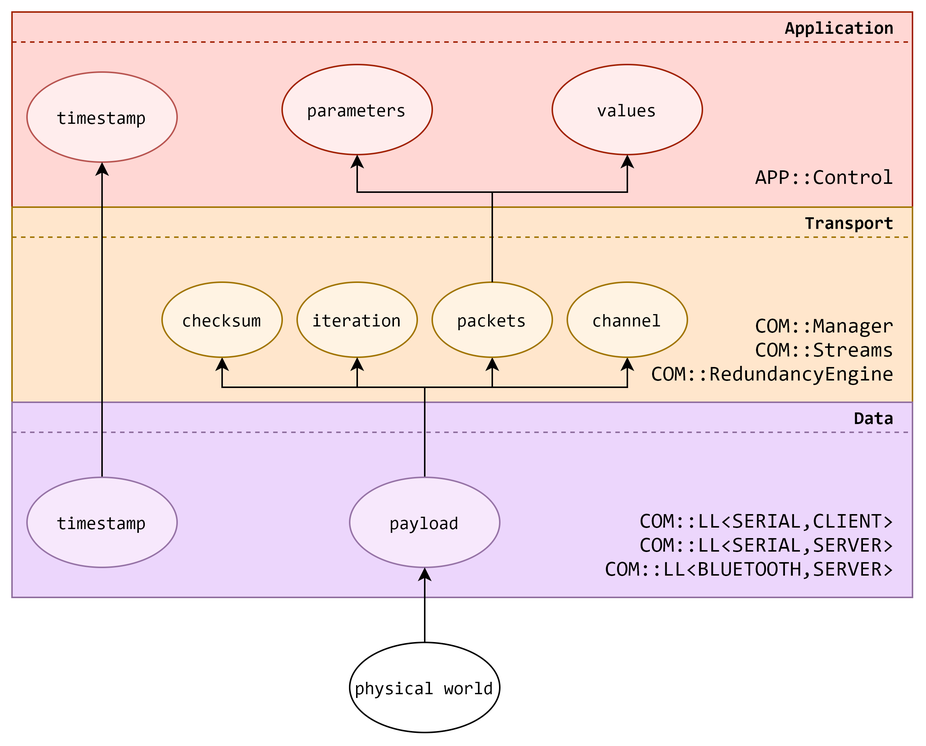
Above: Proj/Iterations/1/Design/Navigation-Subsystem/Architectural-Overview/software-stack/com-stack/com-stack.png in LPI2-DreamTeam/rfcar (draw.io), before the change. Source tidied: cells renumbered, new cells last; positions are measured from the earlier drawing's top-left corner, leaving out a move shared by most shapes.
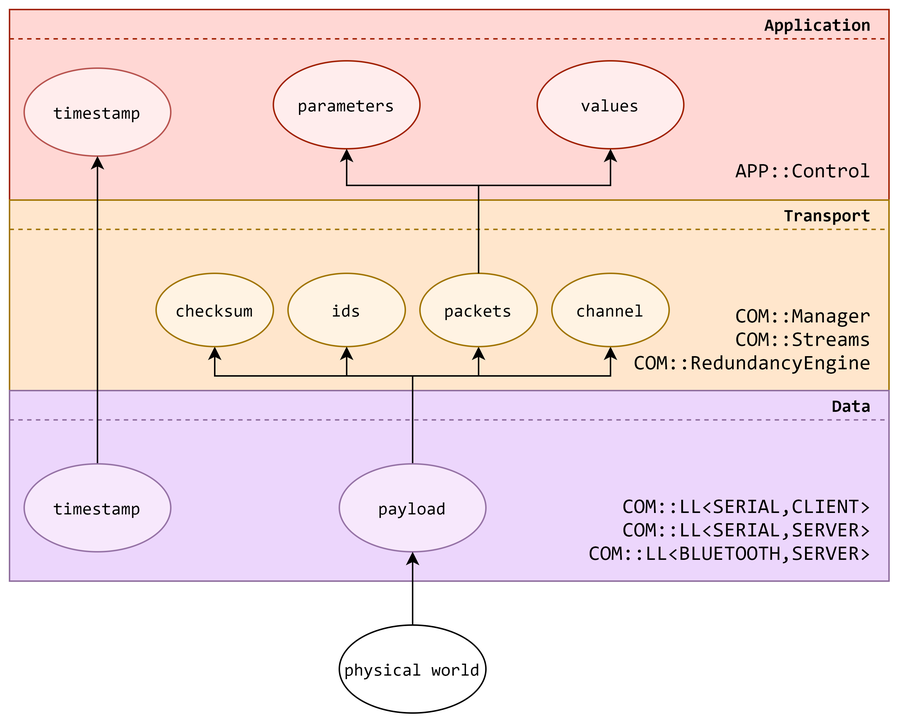
After the commit.

Commit message:
UPDT: Updated diagrams

Change to the diagram source:
```diff
@@ -2,15 +2,15 @@
   <root>
     <mxCell id="0" />
     <mxCell id="1" parent="0" />
-    <mxCell id="2" style="rounded=0;whiteSpace=wrap;html=1;fontFamily=Consolas;fontSize=14;align=right;fillColor=#FFD7D4;strokeColor=#A12102;" parent="1" vertex="1">
-      <mxGeometry width="600" height="130" as="geometry" />
-    </mxCell>
-    <mxCell id="3" style="endArrow=none;dashed=1;html=1;fontFamily=Consolas;fillColor=#f8cecc;strokeColor=#A12102;" parent="1" edge="1">
-      <mxGeometry relative="1" as="geometry">
-        <mxPoint as="sourcePoint" />
-        <mxPoint x="600" as="targetPoint" />
-      </mxGeometry>
-    </mxCell>
+    <mxCell id="35" style="rounded=0;whiteSpace=wrap;html=1;fontFamily=Consolas;fontSize=14;align=right;fillColor=#FFD7D4;strokeColor=#A12102;" parent="1" vertex="1">
+      <mxGeometry width="600" height="130" as="geometry" />
+    </mxCell>
+    <mxCell id="36" style="endArrow=none;dashed=1;html=1;fontFamily=Consolas;fillColor=#f8cecc;strokeColor=#A12102;" parent="1" edge="1">
+      <mxGeometry relative="1" as="geometry">
+        <mxPoint as="sourcePoint" />
+        <mxPoint x="600" as="targetPoint" />
+      </mxGeometry>
+    </mxCell>
     <mxCell id="4" value="Application" style="text;html=1;strokeColor=none;fillColor=none;align=right;verticalAlign=middle;whiteSpace=wrap;rounded=0;fontFamily=Consolas;fontStyle=1;" parent="1" vertex="1">
       <mxGeometry x="510" width="80" height="20" as="geometry" />
     </mxCell>
@@ -23,50 +23,50 @@
     <mxCell id="7" value="APP::Control" style="text;html=1;strokeColor=none;fillColor=none;align=right;verticalAlign=middle;whiteSpace=wrap;rounded=0;fontFamily=Consolas;fontSize=14;" parent="1" vertex="1">
       <mxGeometry x="510" y="100" width="80" height="20" as="geometry" />
     </mxCell>
-    <mxCell id="8" style="endArrow=none;dashed=1;html=1;fontFamily=Consolas;fillColor=#f8cecc;strokeColor=#A12102;" parent="1" edge="1">
-      <mxGeometry relative="1" as="geometry">
-        <mxPoint y="20" as="sourcePoint" />
-        <mxPoint x="600" y="20" as="targetPoint" />
-      </mxGeometry>
-    </mxCell>
+    <mxCell id="37" style="endArrow=none;dashed=1;html=1;fontFamily=Consolas;fillColor=#f8cecc;strokeColor=#A12102;" parent="1" edge="1">
+      <mxGeometry relative="1" as="geometry">
+        <mxPoint y="20" as="sourcePoint" />
+        <mxPoint x="600" y="20" as="targetPoint" />
+      </mxGeometry>
+    </mxCell>
     <mxCell id="9" value="parameters" style="ellipse;whiteSpace=wrap;html=1;fontFamily=Consolas;strokeColor=#A12102;fillColor=#FFEDED;" parent="1" vertex="1">
       <mxGeometry x="180" y="35" width="100" height="60" as="geometry" />
     </mxCell>
-    <mxCell id="10" style="rounded=0;whiteSpace=wrap;html=1;fontFamily=Consolas;fontSize=14;align=right;fillColor=#ffe6cc;strokeColor=#A17400;" parent="1" vertex="1">
-      <mxGeometry y="130" width="600" height="130" as="geometry" />
-    </mxCell>
-    <mxCell id="11" style="endArrow=none;dashed=1;html=1;fontFamily=Consolas;fillColor=#d5e8d4;strokeColor=#A17400;" parent="1" edge="1">
-      <mxGeometry relative="1" as="geometry">
-        <mxPoint y="130" as="sourcePoint" />
-        <mxPoint x="600" y="130" as="targetPoint" />
-      </mxGeometry>
-    </mxCell>
-    <mxCell id="12" style="endArrow=none;dashed=1;html=1;fontFamily=Consolas;fillColor=#d5e8d4;strokeColor=#A17400;" parent="1" edge="1">
-      <mxGeometry relative="1" as="geometry">
-        <mxPoint y="150" as="sourcePoint" />
-        <mxPoint x="600" y="150" as="targetPoint" />
-      </mxGeometry>
-    </mxCell>
+    <mxCell id="38" style="rounded=0;whiteSpace=wrap;html=1;fontFamily=Consolas;fontSize=14;align=right;fillColor=#ffe6cc;strokeColor=#A17400;" parent="1" vertex="1">
+      <mxGeometry y="130" width="600" height="130" as="geometry" />
+    </mxCell>
+    <mxCell id="39" style="endArrow=none;dashed=1;html=1;fontFamily=Consolas;fillColor=#d5e8d4;strokeColor=#A17400;" parent="1" edge="1">
+      <mxGeometry relative="1" as="geometry">
+        <mxPoint y="130" as="sourcePoint" />
+        <mxPoint x="600" y="130" as="targetPoint" />
+      </mxGeometry>
+    </mxCell>
+    <mxCell id="40" style="endArrow=none;dashed=1;html=1;fontFamily=Consolas;fillColor=#d5e8d4;strokeColor=#A17400;" parent="1" edge="1">
+      <mxGeometry relative="1" as="geometry">
+        <mxPoint y="150" as="sourcePoint" />
+        <mxPoint x="600" y="150" as="targetPoint" />
+      </mxGeometry>
+    </mxCell>
     <mxCell id="13" value="Transport" style="text;html=1;strokeColor=none;fillColor=none;align=right;verticalAlign=middle;whiteSpace=wrap;rounded=0;fontFamily=Consolas;fontStyle=1;" parent="1" vertex="1">
       <mxGeometry x="550" y="130" width="40" height="20" as="geometry" />
     </mxCell>
     <mxCell id="14" value="COM::Manager&lt;br&gt;COM::Streams&lt;br&gt;COM::RedundancyEngine" style="text;html=1;strokeColor=none;fillColor=none;align=right;verticalAlign=middle;whiteSpace=wrap;rounded=0;fontFamily=Consolas;fontSize=14;" parent="1" vertex="1">
       <mxGeometry x="450" y="200" width="140" height="50" as="geometry" />
     </mxCell>
-    <mxCell id="15" value="iteration" style="ellipse;whiteSpace=wrap;html=1;fontFamily=Consolas;fillColor=#FFF3E3;strokeColor=#A17400;" parent="1" vertex="1">
-      <mxGeometry x="190" y="180" width="80" height="50" as="geometry" />
-    </mxCell>
-    <mxCell id="16" style="rounded=0;whiteSpace=wrap;html=1;fontFamily=Consolas;fontSize=14;align=right;strokeColor=#8F6E9E;fillColor=#ECD6FC;" parent="1" vertex="1">
-      <mxGeometry y="260" width="600" height="130" as="geometry" />
-    </mxCell>
-    <mxCell id="17" style="edgeStyle=orthogonalEdgeStyle;rounded=0;jettySize=auto;html=1;exitX=0.5;exitY=0;exitDx=0;exitDy=0;entryX=0.5;entryY=1;entryDx=0;entryDy=0;" parent="1" edge="1" source="21" target="15">
-      <mxGeometry relative="1" as="geometry">
-        <Array as="points">
-          <mxPoint x="275" y="250" />
-          <mxPoint x="230" y="250" />
-        </Array>
-      </mxGeometry>
-    </mxCell>
+    <mxCell id="41" value="ids" style="ellipse;whiteSpace=wrap;html=1;fontFamily=Consolas;fillColor=#FFF3E3;strokeColor=#A17400;" parent="1" vertex="1">
+      <mxGeometry x="190" y="180" width="80" height="50" as="geometry" />
+    </mxCell>
+    <mxCell id="42" style="rounded=0;whiteSpace=wrap;html=1;fontFamily=Consolas;fontSize=14;align=right;strokeColor=#8F6E9E;fillColor=#ECD6FC;" parent="1" vertex="1">
+      <mxGeometry y="260" width="600" height="130" as="geometry" />
+    </mxCell>
+    <mxCell id="43" style="edgeStyle=orthogonalEdgeStyle;rounded=0;jettySize=auto;html=1;exitX=0.5;exitY=0;exitDx=0;exitDy=0;entryX=0.5;entryY=1;entryDx=0;entryDy=0;" parent="1" edge="1" source="21" target="41">
+      <mxGeometry relative="1" as="geometry">
+        <Array as="points">
+          <mxPoint x="275" y="250" />
+          <mxPoint x="230" y="250" />
+        </Array>
+      </mxGeometry>
+    </mxCell>
     <mxCell id="18" style="edgeStyle=orthogonalEdgeStyle;rounded=0;jettySize=auto;html=1;exitX=0.5;exitY=0;exitDx=0;exitDy=0;entryX=0.5;entryY=1;entryDx=0;entryDy=0;" parent="1" edge="1" source="21" target="25">
       <mxGeometry relative="1" as="geometry">
         <Array as="points">
@@ -94,18 +94,18 @@
     <mxCell id="21" value="payload" style="ellipse;whiteSpace=wrap;html=1;fontFamily=Consolas;strokeColor=#9673a6;fillColor=#F7E8FC;" parent="1" vertex="1">
       <mxGeometry x="225" y="310" width="100" height="60" as="geometry" />
     </mxCell>
-    <mxCell id="22" style="endArrow=none;dashed=1;html=1;fontFamily=Consolas;fillColor=#dae8fc;strokeColor=#8F6E9E;" parent="1" edge="1">
-      <mxGeometry relative="1" as="geometry">
-        <mxPoint y="280" as="sourcePoint" />
-        <mxPoint x="600" y="280" as="targetPoint" />
-      </mxGeometry>
-    </mxCell>
-    <mxCell id="23" style="endArrow=none;dashed=1;html=1;fontFamily=Consolas;fillColor=#dae8fc;strokeColor=#8F6E9E;" parent="1" edge="1">
-      <mxGeometry relative="1" as="geometry">
-        <mxPoint y="260" as="sourcePoint" />
-        <mxPoint x="600" y="260" as="targetPoint" />
-      </mxGeometry>
-    </mxCell>
+    <mxCell id="44" style="endArrow=none;dashed=1;html=1;fontFamily=Consolas;fillColor=#dae8fc;strokeColor=#8F6E9E;" parent="1" edge="1">
+      <mxGeometry relative="1" as="geometry">
+        <mxPoint y="280" as="sourcePoint" />
+        <mxPoint x="600" y="280" as="targetPoint" />
+      </mxGeometry>
+    </mxCell>
+    <mxCell id="45" style="endArrow=none;dashed=1;html=1;fontFamily=Consolas;fillColor=#dae8fc;strokeColor=#8F6E9E;" parent="1" edge="1">
+      <mxGeometry relative="1" as="geometry">
+        <mxPoint y="260" as="sourcePoint" />
+        <mxPoint x="600" y="260" as="targetPoint" />
+      </mxGeometry>
+    </mxCell>
     <mxCell id="24" value="Data" style="text;html=1;strokeColor=none;fillColor=none;align=right;verticalAlign=middle;whiteSpace=wrap;rounded=0;fontFamily=Consolas;fontStyle=1;" parent="1" vertex="1">
       <mxGeometry x="550" y="260" width="40" height="20" as="geometry" />
     </mxCell>
```
